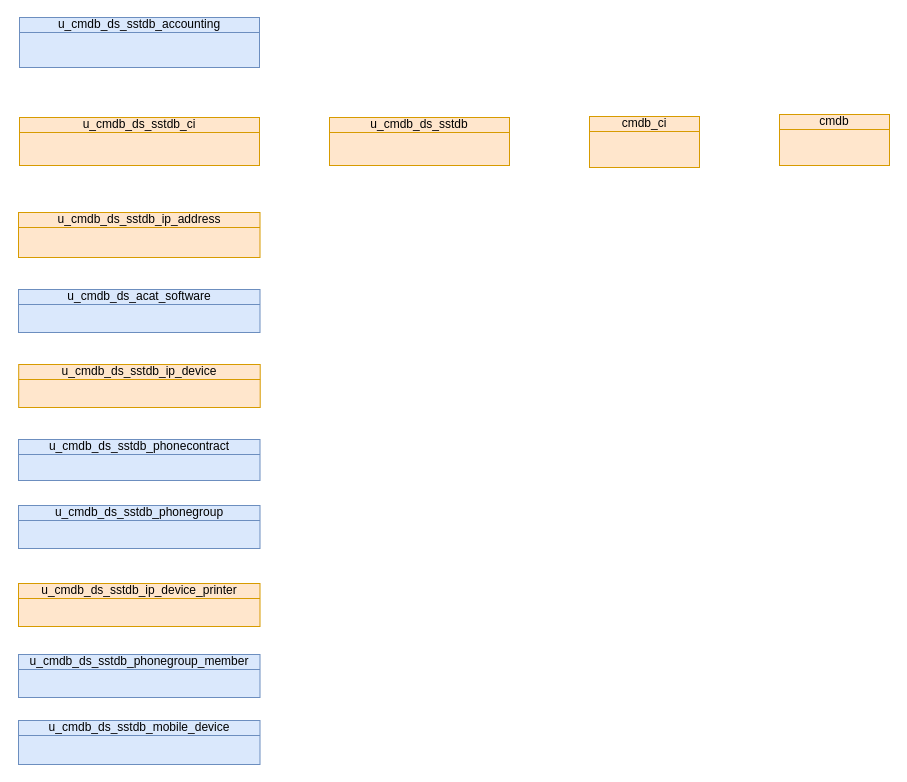
Above: page "AsIsPrinter" (12 of 20) of DBsErdV2.drawio in algimas/tmp (draw.io), before the change. Source tidied: cells renumbered, new cells numbered last; positions are measured from the earlier drawing's top-left corner, leaving out a move shared by most shapes. Both pictures are drawn from the tidied source at 100%, with x=0, y=0 at pixel (18, 17).
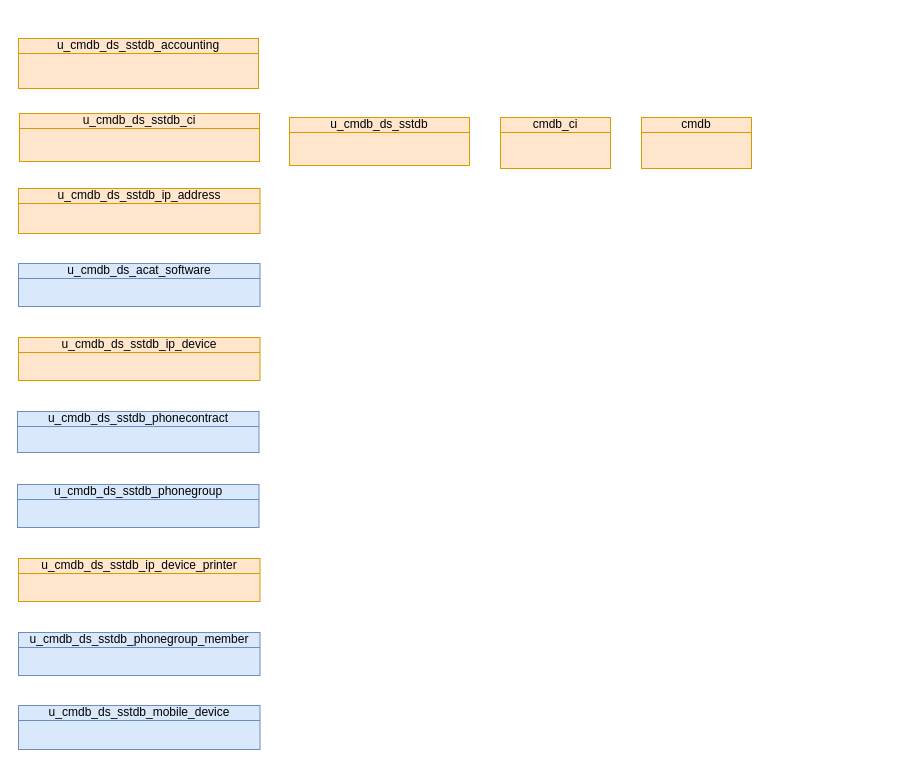
Above is the later version.

Change to the diagram source:
```diff
@@
 <mxGraphModel>
   <root>
     <mxCell id="0" />
     <mxCell id="1" parent="0" />
     <mxCell id="2" value="u_cmdb_ds_sstdb" style="html=1;whiteSpace=wrap;fillColor=#ffe6cc;shape=mxgraph.archimate3.businessObject;overflow=fill;strokeColor=#d79b00;" parent="1" vertex="1">
-      <mxGeometry x="311" y="100" width="180" height="48" as="geometry" />
+      <mxGeometry x="271" y="100" width="180" height="48" as="geometry" />
     </mxCell>
     <mxCell id="3" value="u_cmdb_ds_sstdb_ci" style="html=1;whiteSpace=wrap;fillColor=#ffe6cc;shape=mxgraph.archimate3.businessObject;overflow=fill;strokeColor=#d79b00;fontStyle=0;" parent="1" vertex="1">
-      <mxGeometry x="1" y="100" width="240" height="48" as="geometry" />
+      <mxGeometry x="1" y="96" width="240" height="48" as="geometry" />
     </mxCell>
     <mxCell id="4" value="cmdb_ci" style="html=1;whiteSpace=wrap;fillColor=#ffe6cc;shape=mxgraph.archimate3.businessObject;overflow=fill;strokeColor=#d79b00;" parent="1" vertex="1">
-      <mxGeometry x="571" y="99" width="110" height="51" as="geometry" />
+      <mxGeometry x="482" y="100" width="110" height="51" as="geometry" />
     </mxCell>
-    <mxCell id="5" value="u_cmdb_ds_sstdb_accounting" style="html=1;whiteSpace=wrap;fillColor=#dae8fc;shape=mxgraph.archimate3.businessObject;overflow=fill;strokeColor=#6c8ebf;fontStyle=0;" parent="1" vertex="1">
-      <mxGeometry x="1" width="240" height="50" as="geometry" />
+    <mxCell id="5" value="u_cmdb_ds_sstdb_accounting" style="html=1;whiteSpace=wrap;fillColor=#ffe6cc;shape=mxgraph.archimate3.businessObject;overflow=fill;strokeColor=#d79b00;fontStyle=0;" parent="1" vertex="1">
+      <mxGeometry y="21" width="240" height="50" as="geometry" />
     </mxCell>
     <mxCell id="6" value="u_cmdb_ds_sstdb_ip_device" style="html=1;whiteSpace=wrap;fillColor=#ffe6cc;shape=mxgraph.archimate3.businessObject;overflow=fill;strokeColor=#d79b00;" parent="1" vertex="1">
-      <mxGeometry x="0.2" y="347" width="241.5" height="43" as="geometry" />
+      <mxGeometry y="320" width="241.5" height="43" as="geometry" />
     </mxCell>
     <mxCell id="7" value="u_cmdb_ds_sstdb_phonecontract" style="html=1;whiteSpace=wrap;fillColor=#dae8fc;shape=mxgraph.archimate3.businessObject;overflow=fill;strokeColor=#6c8ebf;" parent="1" vertex="1">
-      <mxGeometry y="422" width="241.5" height="41" as="geometry" />
+      <mxGeometry x="-1" y="394" width="241.5" height="41" as="geometry" />
     </mxCell>
     <mxCell id="8" value="u_cmdb_ds_sstdb_phonegroup" style="html=1;whiteSpace=wrap;fillColor=#dae8fc;shape=mxgraph.archimate3.businessObject;overflow=fill;strokeColor=#6c8ebf;" parent="1" vertex="1">
-      <mxGeometry y="488" width="241.5" height="43" as="geometry" />
+      <mxGeometry x="-1" y="467" width="241.5" height="43" as="geometry" />
     </mxCell>
     <mxCell id="9" value="u_cmdb_ds_sstdb_ip_address" style="html=1;whiteSpace=wrap;fillColor=#ffe6cc;shape=mxgraph.archimate3.businessObject;overflow=fill;strokeColor=#d79b00;fontStyle=0;" parent="1" vertex="1">
-      <mxGeometry y="195" width="241.5" height="45" as="geometry" />
+      <mxGeometry y="171" width="241.5" height="45" as="geometry" />
     </mxCell>
     <mxCell id="10" value="u_cmdb_ds_sstdb_ip_device_printer" style="html=1;whiteSpace=wrap;fillColor=#ffe6cc;shape=mxgraph.archimate3.businessObject;overflow=fill;strokeColor=#d79b00;" parent="1" vertex="1">
-      <mxGeometry y="566" width="241.5" height="43" as="geometry" />
+      <mxGeometry y="541" width="241.5" height="43" as="geometry" />
     </mxCell>
     <mxCell id="11" value="u_cmdb_ds_sstdb_phonegroup_member" style="html=1;whiteSpace=wrap;fillColor=#dae8fc;shape=mxgraph.archimate3.businessObject;overflow=fill;strokeColor=#6c8ebf;" parent="1" vertex="1">
-      <mxGeometry y="637" width="241.5" height="43" as="geometry" />
+      <mxGeometry y="615" width="241.5" height="43" as="geometry" />
     </mxCell>
     <mxCell id="12" value="u_cmdb_ds_sstdb_mobile_device" style="html=1;whiteSpace=wrap;fillColor=#dae8fc;shape=mxgraph.archimate3.businessObject;overflow=fill;strokeColor=#6c8ebf;" parent="1" vertex="1">
-      <mxGeometry y="703" width="241.5" height="44" as="geometry" />
+      <mxGeometry y="688" width="241.5" height="44" as="geometry" />
     </mxCell>
     <mxCell id="13" value="u_cmdb_ds_acat_software" style="html=1;whiteSpace=wrap;fillColor=#dae8fc;shape=mxgraph.archimate3.businessObject;overflow=fill;strokeColor=#6c8ebf;fontStyle=0;" parent="1" vertex="1">
-      <mxGeometry y="272" width="241.5" height="43" as="geometry" />
+      <mxGeometry y="246" width="241.5" height="43" as="geometry" />
     </mxCell>
     <mxCell id="14" value="cmdb" style="html=1;whiteSpace=wrap;fillColor=#ffe6cc;shape=mxgraph.archimate3.businessObject;overflow=fill;strokeColor=#d79b00;" parent="1" vertex="1">
-      <mxGeometry x="761" y="97" width="110" height="51" as="geometry" />
+      <mxGeometry x="623" y="100" width="110" height="51" as="geometry" />
     </mxCell>
   </root>
 </mxGraphModel>
```
